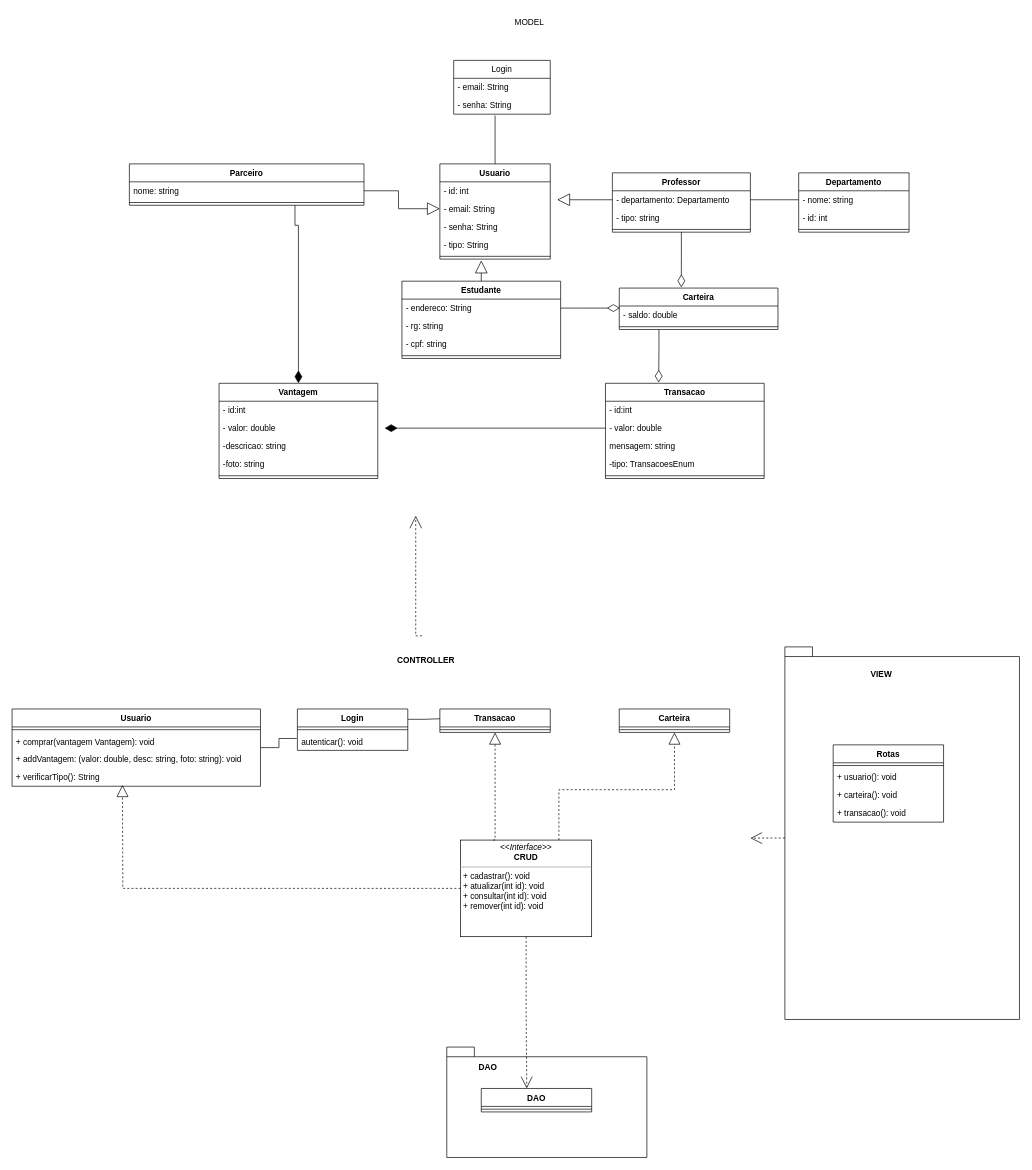
Earlier version of the draw.io diagram projeto/Untitled Diagram.drawio (joeyclapton/student-points). Source tidied: cells renumbered, new cells numbered last; positions are measured from the earlier drawing's top-left corner, leaving out a move shared by most shapes. Both pictures are drawn from the tidied source at 69%, with x=0, y=0 at pixel (12, 12).
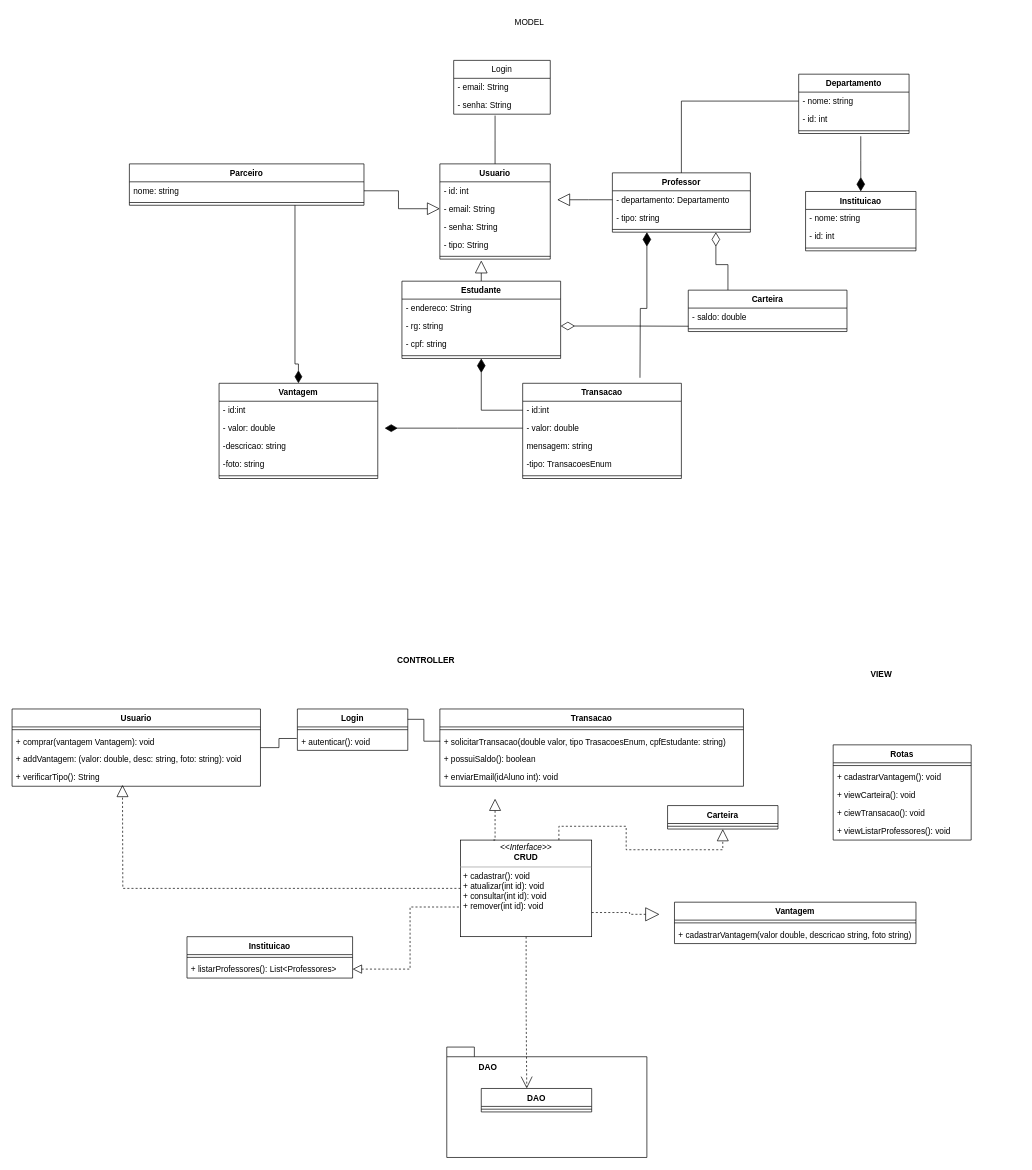
After the change.

The change refers to these unchanged cells:
```xml
<mxCell id="10" value="Estudante" style="swimlane;fontStyle=1;align=center;verticalAlign=top;horizontal=1;startSize=26;" parent="1" vertex="1">
  <mxGeometry x="565" y="390" width="230" height="112" as="geometry" />
</mxCell>
<mxCell id="11" value="- endereco: String" style="text;strokeColor=none;fillColor=none;align=left;verticalAlign=top;spacingLeft=4;spacingRight=4;overflow=hidden;points=[[0,0.5],[1,0.5]];portConstraint=eastwest;" parent="10" vertex="1">
  <mxGeometry y="26" width="230" height="26" as="geometry" />
</mxCell>
<mxCell id="12" value="- rg: string" style="text;strokeColor=none;fillColor=none;align=left;verticalAlign=top;spacingLeft=4;spacingRight=4;overflow=hidden;points=[[0,0.5],[1,0.5]];portConstraint=eastwest;" parent="10" vertex="1">
  <mxGeometry y="52" width="230" height="26" as="geometry" />
</mxCell>
<mxCell id="16" value="Professor" style="swimlane;fontStyle=1;align=center;verticalAlign=top;horizontal=1;startSize=26;" parent="1" vertex="1">
  <mxGeometry x="870" y="233" width="200" height="86" as="geometry" />
</mxCell>
<mxCell id="17" value="- departamento: Departamento" style="text;strokeColor=none;fillColor=none;align=left;verticalAlign=top;spacingLeft=4;spacingRight=4;overflow=hidden;points=[[0,0.5],[1,0.5]];portConstraint=eastwest;" parent="16" vertex="1">
  <mxGeometry y="26" width="200" height="26" as="geometry" />
</mxCell>
<mxCell id="34" value="&lt;p style=&quot;margin: 0px ; margin-top: 4px ; text-align: center&quot;&gt;&lt;i&gt;&amp;lt;&amp;lt;Interface&amp;gt;&amp;gt;&lt;/i&gt;&lt;br&gt;&lt;b&gt;CRUD&lt;/b&gt;&lt;/p&gt;&lt;hr size=&quot;1&quot;&gt;&lt;p style=&quot;margin: 0px ; margin-left: 4px&quot;&gt;&lt;/p&gt;&lt;p style=&quot;margin: 0px ; margin-left: 4px&quot;&gt;+ cadastrar(): void&lt;br&gt;+ atualizar(int id): void&lt;/p&gt;&lt;p style=&quot;margin: 0px ; margin-left: 4px&quot;&gt;+ consultar(int id): void&lt;br&gt;&lt;/p&gt;&lt;p style=&quot;margin: 0px ; margin-left: 4px&quot;&gt;+ remover(int id): void&lt;br&gt;&lt;/p&gt;" style="verticalAlign=top;align=left;overflow=fill;fontSize=12;fontFamily=Helvetica;html=1;fillColor=none;" parent="1" vertex="1">
  <mxGeometry x="650" y="1200" width="190" height="140" as="geometry" />
</mxCell>
<mxCell id="49" value="- nome: string" style="text;strokeColor=none;fillColor=none;align=left;verticalAlign=top;spacingLeft=4;spacingRight=4;overflow=hidden;points=[[0,0.5],[1,0.5]];portConstraint=eastwest;" parent="48" vertex="1">
  <mxGeometry y="26" width="160" height="26" as="geometry" />
</mxCell>
<mxCell id="55" value="- saldo: double" style="text;strokeColor=none;fillColor=none;align=left;verticalAlign=top;spacingLeft=4;spacingRight=4;overflow=hidden;points=[[0,0.5],[1,0.5]];portConstraint=eastwest;" parent="54" vertex="1">
  <mxGeometry y="26" width="230" height="26" as="geometry" />
</mxCell>
<mxCell id="59" value="- id:int    " style="text;strokeColor=none;fillColor=none;align=left;verticalAlign=top;spacingLeft=4;spacingRight=4;overflow=hidden;points=[[0,0.5],[1,0.5]];portConstraint=eastwest;" parent="58" vertex="1">
  <mxGeometry y="26" width="230" height="26" as="geometry" />
</mxCell>
<mxCell id="66" value="Vantagem" style="swimlane;fontStyle=1;align=center;verticalAlign=top;horizontal=1;startSize=26;" parent="1" vertex="1">
  <mxGeometry x="300" y="538" width="230" height="138" as="geometry" />
</mxCell>
<mxCell id="83" value="Login" style="swimlane;fontStyle=1;align=center;verticalAlign=top;horizontal=1;startSize=26;fillColor=none;" parent="1" vertex="1">
  <mxGeometry x="413.5" y="1010" width="160" height="60" as="geometry" />
</mxCell>
```

Diff of the diagram source:
```diff
@@
+    <mxCell id="86" style="edgeStyle=orthogonalEdgeStyle;rounded=0;jettySize=auto;html=1;exitX=0.5;exitY=1;exitDx=0;exitDy=0;entryX=0;entryY=0.5;entryDx=0;entryDy=0;startArrow=diamondThin;startFill=1;endArrow=none;endFill=0;startSize=18;endSize=18;" parent="1" edge="1" source="10" target="59">
+      <mxGeometry relative="1" as="geometry" />
+    </mxCell>
@@
-    <mxCell id="15" style="edgeStyle=orthogonalEdgeStyle;rounded=0;jettySize=auto;html=1;exitX=0.5;exitY=1;exitDx=0;exitDy=0;entryX=0.391;entryY=-0.017;entryDx=0;entryDy=0;entryPerimeter=0;endArrow=diamondThin;endFill=0;endSize=16;" parent="1" edge="1" source="16" target="54">
-      <mxGeometry relative="1" as="geometry" />
-    </mxCell>
+    <mxCell id="87" style="edgeStyle=orthogonalEdgeStyle;rounded=0;jettySize=auto;html=1;exitX=0.25;exitY=1;exitDx=0;exitDy=0;startArrow=diamondThin;startFill=1;endArrow=none;endFill=0;startSize=18;endSize=18;" parent="1" edge="1" source="16">
+      <mxGeometry relative="1" as="geometry">
+        <mxPoint x="910" y="530" as="targetPoint" />
+      </mxGeometry>
+    </mxCell>
@@
     <mxCell id="26" value="Transacao" style="swimlane;fontStyle=1;align=center;verticalAlign=top;horizontal=1;startSize=26;fillColor=none;" parent="1" vertex="1">
-      <mxGeometry x="620" y="1010" width="160" height="34" as="geometry" />
+      <mxGeometry x="620" y="1010" width="440" height="112" as="geometry" />
     </mxCell>
     <mxCell id="27" style="line;strokeWidth=1;fillColor=none;align=left;verticalAlign=middle;spacingTop=-1;spacingLeft=3;spacingRight=3;labelPosition=right;" parent="26" vertex="1">
-      <mxGeometry y="26" width="160" height="8" as="geometry" />
+      <mxGeometry y="26" width="440" height="8" as="geometry" />
     </mxCell>
+    <mxCell id="88" value="+ solicitarTransacao(double valor, tipo TrasacoesEnum, cpfEstudante: string)" style="text;strokeColor=none;fillColor=none;align=left;verticalAlign=top;spacingLeft=4;spacingRight=4;overflow=hidden;" parent="26" vertex="1">
+      <mxGeometry y="34" width="440" height="26" as="geometry" />
+    </mxCell>
+    <mxCell id="89" value="+ possuiSaldo(): boolean" style="text;strokeColor=none;fillColor=none;align=left;verticalAlign=top;spacingLeft=4;spacingRight=4;overflow=hidden;" parent="26" vertex="1">
+      <mxGeometry y="60" width="440" height="26" as="geometry" />
+    </mxCell>
+    <mxCell id="90" value="+ enviarEmail(idAluno int): void" style="text;strokeColor=none;fillColor=none;align=left;verticalAlign=top;spacingLeft=4;spacingRight=4;overflow=hidden;" parent="26" vertex="1">
+      <mxGeometry y="86" width="440" height="26" as="geometry" />
+    </mxCell>
     <mxCell id="28" value="Carteira" style="swimlane;fontStyle=1;align=center;verticalAlign=top;horizontal=1;startSize=26;fillColor=none;" parent="1" vertex="1">
-      <mxGeometry x="880" y="1010" width="160" height="34" as="geometry" />
+      <mxGeometry x="950" y="1150" width="160" height="34" as="geometry" />
     </mxCell>
@@
-    <mxCell id="30" style="edgeStyle=orthogonalEdgeStyle;rounded=0;jettySize=auto;html=1;exitX=0.25;exitY=0;exitDx=0;exitDy=0;entryX=0.5;entryY=1;entryDx=0;entryDy=0;startArrow=none;startFill=0;endArrow=block;endFill=0;startSize=20;endSize=15;sourcePerimeterSpacing=8;targetPerimeterSpacing=20;dashed=1;" parent="1" edge="1" source="34" target="26">
+    <mxCell id="30" style="edgeStyle=orthogonalEdgeStyle;rounded=0;jettySize=auto;html=1;exitX=0.25;exitY=0;exitDx=0;exitDy=0;startArrow=none;startFill=0;endArrow=block;endFill=0;startSize=20;endSize=15;sourcePerimeterSpacing=8;targetPerimeterSpacing=20;dashed=1;" parent="1" edge="1" source="34">
       <mxGeometry relative="1" as="geometry">
+        <mxPoint x="700" y="1140" as="targetPoint" />
         <Array as="points">
           <mxPoint x="700" y="1200" />
         </Array>
       </mxGeometry>
     </mxCell>
@@
+    <mxCell id="91" style="edgeStyle=orthogonalEdgeStyle;rounded=0;jettySize=auto;html=1;exitX=1;exitY=0.75;exitDx=0;exitDy=0;entryX=-0.062;entryY=0.294;entryDx=0;entryDy=0;entryPerimeter=0;endArrow=block;endFill=0;endSize=18;dashed=1;" parent="1" edge="1" source="34" target="105">
+      <mxGeometry relative="1" as="geometry" />
+    </mxCell>
@@
     <mxCell id="35" value="Rotas" style="swimlane;fontStyle=1;align=center;verticalAlign=top;horizontal=1;startSize=26;fillColor=none;" parent="1" vertex="1">
-      <mxGeometry x="1190" y="1062" width="160" height="112" as="geometry" />
+      <mxGeometry x="1190" y="1062" width="200" height="138" as="geometry" />
     </mxCell>
     <mxCell id="36" style="line;strokeWidth=1;fillColor=none;align=left;verticalAlign=middle;spacingTop=-1;spacingLeft=3;spacingRight=3;labelPosition=right;" parent="35" vertex="1">
-      <mxGeometry y="26" width="160" height="8" as="geometry" />
+      <mxGeometry y="26" width="200" height="8" as="geometry" />
     </mxCell>
-    <mxCell id="37" value="+ usuario(): void&#10;" style="text;strokeColor=none;fillColor=none;align=left;verticalAlign=top;spacingLeft=4;spacingRight=4;overflow=hidden;" parent="35" vertex="1">
-      <mxGeometry y="34" width="160" height="26" as="geometry" />
+    <mxCell id="37" value="+ cadastrarVantagem(): void&#10;" style="text;strokeColor=none;fillColor=none;align=left;verticalAlign=top;spacingLeft=4;spacingRight=4;overflow=hidden;" parent="35" vertex="1">
+      <mxGeometry y="34" width="200" height="26" as="geometry" />
     </mxCell>
-    <mxCell id="38" value="+ carteira(): void&#10;" style="text;strokeColor=none;fillColor=none;align=left;verticalAlign=top;spacingLeft=4;spacingRight=4;overflow=hidden;" parent="35" vertex="1">
-      <mxGeometry y="60" width="160" height="26" as="geometry" />
+    <mxCell id="38" value="+ viewCarteira(): void&#10;" style="text;strokeColor=none;fillColor=none;align=left;verticalAlign=top;spacingLeft=4;spacingRight=4;overflow=hidden;" parent="35" vertex="1">
+      <mxGeometry y="60" width="200" height="26" as="geometry" />
     </mxCell>
+    <mxCell id="92" value="+ ciewTransacao(): void&#10;" style="text;strokeColor=none;fillColor=none;align=left;verticalAlign=top;spacingLeft=4;spacingRight=4;overflow=hidden;" parent="35" vertex="1">
+      <mxGeometry y="86" width="200" height="26" as="geometry" />
+    </mxCell>
-    <mxCell id="39" value="+ transacao(): void&#10;" style="text;strokeColor=none;fillColor=none;align=left;verticalAlign=top;spacingLeft=4;spacingRight=4;overflow=hidden;" parent="35" vertex="1">
-      <mxGeometry y="86" width="160" height="26" as="geometry" />
+    <mxCell id="39" value="+ viewListarProfessores(): void&#10;" style="text;strokeColor=none;fillColor=none;align=left;verticalAlign=top;spacingLeft=4;spacingRight=4;overflow=hidden;" parent="35" vertex="1">
+      <mxGeometry y="112" width="200" height="26" as="geometry" />
     </mxCell>
-    <mxCell id="40" style="edgeStyle=orthogonalEdgeStyle;rounded=0;jettySize=auto;html=1;exitX=0;exitY=0;exitDx=0;exitDy=277;exitPerimeter=0;entryX=1;entryY=0.504;entryDx=0;entryDy=0;entryPerimeter=0;dashed=1;startArrow=none;startFill=0;endArrow=open;endFill=0;startSize=20;endSize=15;sourcePerimeterSpacing=8;targetPerimeterSpacing=20;" parent="1" edge="1" source="41">
-      <mxGeometry relative="1" as="geometry">
-        <mxPoint x="1070" y="1197.2" as="targetPoint" />
-      </mxGeometry>
-    </mxCell>
-    <mxCell id="41" style="shape=folder;fontStyle=1;spacingTop=10;tabWidth=40;tabHeight=14;tabPosition=left;html=1;fillColor=none;" parent="1" vertex="1">
-      <mxGeometry x="1120" y="920" width="340" height="540" as="geometry" />
-    </mxCell>
@@
     <mxCell id="48" value="Departamento" style="swimlane;fontStyle=1;align=center;verticalAlign=top;horizontal=1;startSize=26;" parent="1" vertex="1">
-      <mxGeometry x="1140" y="233" width="160" height="86" as="geometry" />
+      <mxGeometry x="1140" y="90" width="160" height="86" as="geometry" />
     </mxCell>
@@
-    <mxCell id="52" style="edgeStyle=orthogonalEdgeStyle;rounded=0;jettySize=auto;html=1;exitX=0;exitY=0.5;exitDx=0;exitDy=0;entryX=1;entryY=0.5;entryDx=0;entryDy=0;endArrow=none;endFill=0;endSize=16;" parent="1" edge="1" source="49" target="17">
-      <mxGeometry relative="1" as="geometry" />
-    </mxCell>
-    <mxCell id="53" style="edgeStyle=orthogonalEdgeStyle;rounded=0;jettySize=auto;html=1;exitX=0.25;exitY=1;exitDx=0;exitDy=0;entryX=0.335;entryY=-0.007;entryDx=0;entryDy=0;entryPerimeter=0;endArrow=diamondThin;endFill=0;endSize=16;" parent="1" edge="1" source="54" target="58">
-      <mxGeometry relative="1" as="geometry" />
-    </mxCell>
+    <mxCell id="93" style="edgeStyle=orthogonalEdgeStyle;rounded=0;jettySize=auto;html=1;exitX=0.25;exitY=0;exitDx=0;exitDy=0;entryX=0.75;entryY=1;entryDx=0;entryDy=0;startArrow=none;startFill=0;endArrow=diamondThin;endFill=0;startSize=18;endSize=18;" parent="1" edge="1" source="54" target="16">
+      <mxGeometry relative="1" as="geometry" />
+    </mxCell>
     <mxCell id="54" value="Carteira" style="swimlane;fontStyle=1;align=center;verticalAlign=top;horizontal=1;startSize=26;" parent="1" vertex="1">
-      <mxGeometry x="880" y="400" width="230" height="60" as="geometry" />
+      <mxGeometry x="980" y="403" width="230" height="60" as="geometry" />
     </mxCell>
@@
     <mxCell id="58" value="Transacao" style="swimlane;fontStyle=1;align=center;verticalAlign=top;horizontal=1;startSize=26;" parent="1" vertex="1">
-      <mxGeometry x="860" y="538" width="230" height="138" as="geometry" />
+      <mxGeometry x="740" y="538" width="230" height="138" as="geometry" />
     </mxCell>
@@
-    <mxCell id="64" style="edgeStyle=orthogonalEdgeStyle;rounded=0;jettySize=auto;html=1;exitX=1;exitY=0.5;exitDx=0;exitDy=0;entryX=0.004;entryY=0.115;entryDx=0;entryDy=0;entryPerimeter=0;endArrow=diamondThin;endFill=0;endSize=16;" parent="1" edge="1" source="11" target="55">
-      <mxGeometry relative="1" as="geometry" />
-    </mxCell>
     <mxCell id="65" style="edgeStyle=orthogonalEdgeStyle;rounded=0;jettySize=auto;html=1;exitX=0.5;exitY=0;exitDx=0;exitDy=0;endArrow=none;endFill=0;endSize=16;startArrow=diamondThin;startFill=1;targetPerimeterSpacing=18;sourcePerimeterSpacing=6;startSize=16;" parent="1" edge="1" source="66">
       <mxGeometry relative="1" as="geometry">
         <mxPoint x="410" y="280" as="targetPoint" />
         <Array as="points">
-          <mxPoint x="415" y="309" />
+          <mxPoint x="415" y="510" />
+          <mxPoint x="410" y="510" />
         </Array>
       </mxGeometry>
     </mxCell>
@@
-    <mxCell id="78" style="edgeStyle=orthogonalEdgeStyle;rounded=0;orthogonalLoop=1;jettySize=auto;html=1;exitX=0;exitY=0;exitDx=505;exitDy=14;exitPerimeter=0;startArrow=none;startFill=0;endArrow=open;endFill=0;startSize=16;endSize=16;sourcePerimeterSpacing=6;targetPerimeterSpacing=18;dashed=1;" parent="1" edge="1">
-      <mxGeometry relative="1" as="geometry">
-        <mxPoint x="594" y="904" as="sourcePoint" />
-        <mxPoint x="585" y="730" as="targetPoint" />
-        <Array as="points">
-          <mxPoint x="585" y="904" />
-        </Array>
-      </mxGeometry>
-    </mxCell>
@@
-    <mxCell id="85" value="autenticar(): void" style="text;strokeColor=none;fillColor=none;align=left;verticalAlign=top;spacingLeft=4;spacingRight=4;overflow=hidden;points=[[0,0.5],[1,0.5]];portConstraint=eastwest;" parent="83" vertex="1">
+    <mxCell id="85" value="+ autenticar(): void" style="text;strokeColor=none;fillColor=none;align=left;verticalAlign=top;spacingLeft=4;spacingRight=4;overflow=hidden;points=[[0,0.5],[1,0.5]];portConstraint=eastwest;" parent="83" vertex="1">
       <mxGeometry y="34" width="160" height="26" as="geometry" />
     </mxCell>
+    <mxCell id="94" value="Instituicao" style="swimlane;fontStyle=1;align=center;verticalAlign=top;horizontal=1;startSize=26;fillColor=none;" parent="1" vertex="1">
+      <mxGeometry x="253.5" y="1340" width="240" height="60" as="geometry" />
+    </mxCell>
+    <mxCell id="95" style="line;strokeWidth=1;fillColor=none;align=left;verticalAlign=middle;spacingTop=-1;spacingLeft=3;spacingRight=3;labelPosition=right;" parent="94" vertex="1">
+      <mxGeometry y="26" width="240" height="8" as="geometry" />
+    </mxCell>
+    <mxCell id="96" value="+ listarProfessores(): List&lt;Professores&gt;" style="text;strokeColor=none;fillColor=none;align=left;verticalAlign=top;spacingLeft=4;spacingRight=4;overflow=hidden;points=[[0,0.5],[1,0.5]];portConstraint=eastwest;" parent="94" vertex="1">
+      <mxGeometry y="34" width="240" height="26" as="geometry" />
+    </mxCell>
+    <mxCell id="97" style="edgeStyle=orthogonalEdgeStyle;rounded=0;jettySize=auto;html=1;exitX=1;exitY=0.5;exitDx=0;exitDy=0;entryX=0;entryY=0.693;entryDx=0;entryDy=0;entryPerimeter=0;endArrow=none;endFill=0;startArrow=block;startFill=0;dashed=1;startSize=11;" parent="1" edge="1" source="96" target="34">
+      <mxGeometry relative="1" as="geometry" />
+    </mxCell>
+    <mxCell id="98" style="edgeStyle=orthogonalEdgeStyle;rounded=0;jettySize=auto;html=1;exitX=0.5;exitY=0;exitDx=0;exitDy=0;startArrow=diamondThin;startFill=1;endArrow=none;endFill=0;startSize=18;endSize=18;" parent="1" edge="1" source="99">
+      <mxGeometry relative="1" as="geometry">
+        <mxPoint x="1230" y="180" as="targetPoint" />
+      </mxGeometry>
+    </mxCell>
+    <mxCell id="99" value="Instituicao" style="swimlane;fontStyle=1;align=center;verticalAlign=top;horizontal=1;startSize=26;" parent="1" vertex="1">
+      <mxGeometry x="1150" y="260" width="160" height="86" as="geometry" />
+    </mxCell>
+    <mxCell id="100" value="- nome: string" style="text;strokeColor=none;fillColor=none;align=left;verticalAlign=top;spacingLeft=4;spacingRight=4;overflow=hidden;" parent="99" vertex="1">
+      <mxGeometry y="26" width="160" height="26" as="geometry" />
+    </mxCell>
+    <mxCell id="101" value="- id: int" style="text;strokeColor=none;fillColor=none;align=left;verticalAlign=top;spacingLeft=4;spacingRight=4;overflow=hidden;" parent="99" vertex="1">
+      <mxGeometry y="52" width="160" height="26" as="geometry" />
+    </mxCell>
+    <mxCell id="102" style="line;strokeWidth=1;fillColor=none;align=left;verticalAlign=middle;spacingTop=-1;spacingLeft=3;spacingRight=3;labelPosition=right;" parent="99" vertex="1">
+      <mxGeometry y="78" width="160" height="8" as="geometry" />
+    </mxCell>
+    <mxCell id="103" style="edgeStyle=orthogonalEdgeStyle;rounded=0;jettySize=auto;html=1;exitX=0;exitY=0.5;exitDx=0;exitDy=0;entryX=0.5;entryY=0;entryDx=0;entryDy=0;startArrow=none;startFill=0;endArrow=none;endFill=0;startSize=18;" parent="1" edge="1" source="49" target="16">
+      <mxGeometry relative="1" as="geometry" />
+    </mxCell>
+    <mxCell id="104" style="edgeStyle=orthogonalEdgeStyle;rounded=0;jettySize=auto;html=1;exitX=1;exitY=0.5;exitDx=0;exitDy=0;entryX=0.001;entryY=0.01;entryDx=0;entryDy=0;entryPerimeter=0;startArrow=diamondThin;startFill=0;endArrow=none;endFill=0;startSize=18;endSize=18;" parent="1" edge="1" source="12">
+      <mxGeometry relative="1" as="geometry">
+        <mxPoint x="980.2" y="455.3" as="targetPoint" />
+      </mxGeometry>
+    </mxCell>
+    <mxCell id="105" value="Vantagem" style="swimlane;fontStyle=1;align=center;verticalAlign=top;horizontal=1;startSize=26;fillColor=none;" parent="1" vertex="1">
+      <mxGeometry x="960" y="1290" width="350" height="60" as="geometry" />
+    </mxCell>
+    <mxCell id="106" style="line;strokeWidth=1;fillColor=none;align=left;verticalAlign=middle;spacingTop=-1;spacingLeft=3;spacingRight=3;labelPosition=right;" parent="105" vertex="1">
+      <mxGeometry y="26" width="350" height="8" as="geometry" />
+    </mxCell>
+    <mxCell id="107" value="+ cadastrarVantagem(valor double, descricao string, foto string)" style="text;strokeColor=none;fillColor=none;align=left;verticalAlign=top;spacingLeft=4;spacingRight=4;overflow=hidden;" parent="105" vertex="1">
+      <mxGeometry y="34" width="350" height="26" as="geometry" />
+    </mxCell>
```
